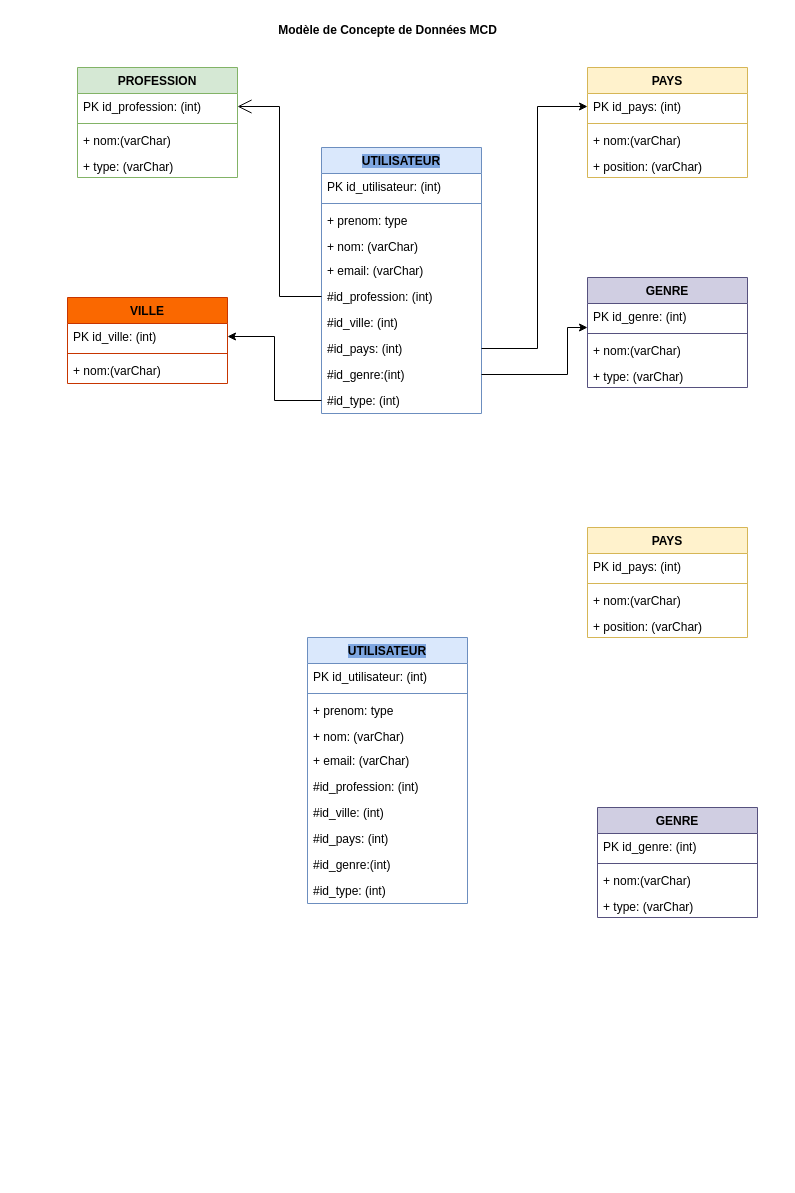
This is Diagramme exercice1 My SQL Work Bench.drawio from romsio/tinker, a draw.io file, before an edit. Source tidied: cells renumbered, new cells numbered last; positions are measured from the earlier drawing's top-left corner, leaving out a move shared by most shapes. Both pictures are drawn from the tidied source at 100%, with x=0, y=0 at pixel (67, 17).
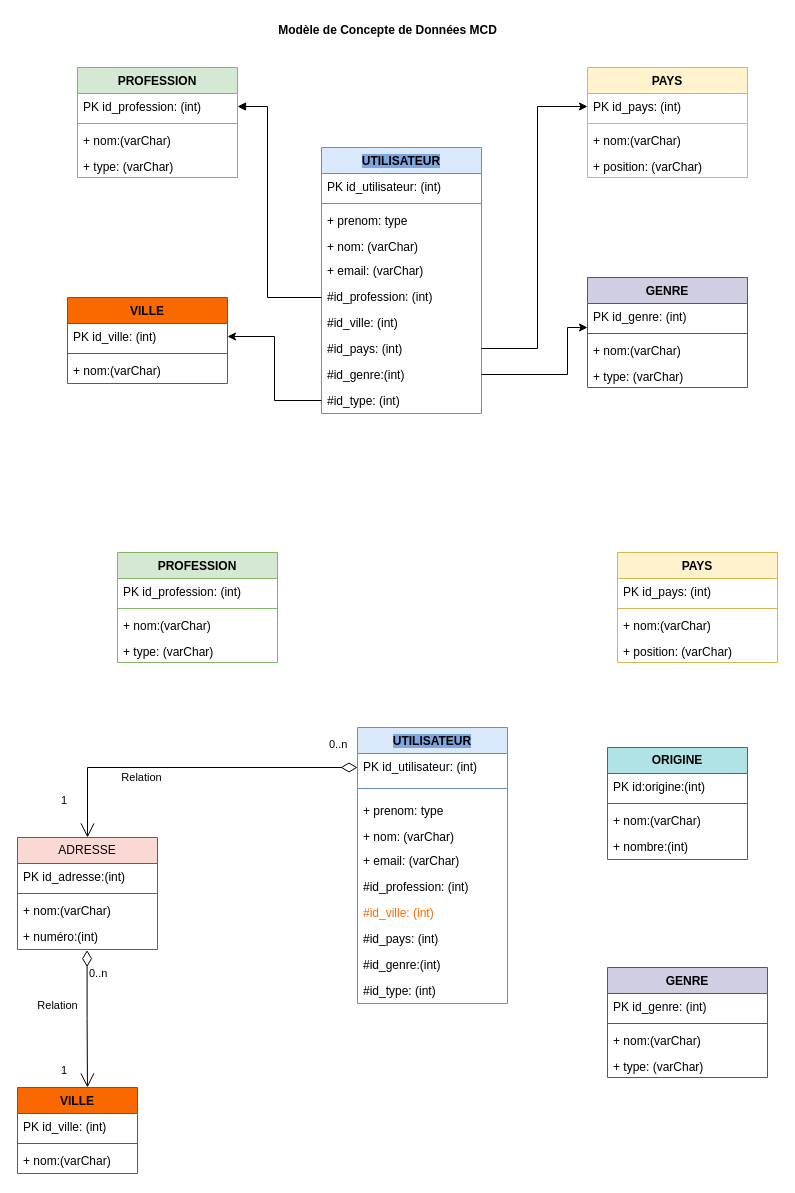
After the change.

Commit message:
Mettre à jour Diagramme exercice1 My SQL Work Bench.drawio

Unchanged cells that the change refers to:
```xml
<mxCell id="8" value="#id_profession: (int)" style="text;strokeColor=none;fillColor=none;align=left;verticalAlign=top;spacingLeft=4;spacingRight=4;overflow=hidden;points=[[0,0.5],[1,0.5]];portConstraint=eastwest;whiteSpace=wrap;html=1;" parent="2" vertex="1">
  <mxGeometry y="136" width="160" height="26" as="geometry" />
</mxCell>
<mxCell id="14" value="PK id_profession: (int)" style="text;strokeColor=none;fillColor=none;align=left;verticalAlign=top;spacingLeft=4;spacingRight=4;overflow=hidden;points=[[0,0.5],[1,0.5]];portConstraint=eastwest;whiteSpace=wrap;html=1;" parent="13" vertex="1">
  <mxGeometry y="26" width="160" height="26" as="geometry" />
</mxCell>
```

What changed in the source:
```diff
@@
-    <mxCell id="32" style="endArrow=open;endFill=1;endSize=12;html=1;rounded=0;edgeStyle=orthogonalEdgeStyle;exitX=0;exitY=0.5;exitDx=0;exitDy=0;entryX=1;entryY=0.5;entryDx=0;entryDy=0;" parent="1" edge="1" source="8" target="14">
-      <mxGeometry relative="1" as="geometry" />
-    </mxCell>
@@
     <mxCell id="37" value="&lt;span style=&quot;background-color: rgb(126, 166, 224);&quot;&gt;UTILISATEUR&lt;/span&gt;" style="swimlane;fontStyle=1;align=center;verticalAlign=top;horizontal=1;startSize=26;whiteSpace=wrap;html=1;fillColor=#dae8fc;strokeColor=#6c8ebf;" parent="1" vertex="1">
-      <mxGeometry x="240" y="620" width="160" height="266" as="geometry" />
+      <mxGeometry x="290" y="710" width="150" height="276" as="geometry" />
     </mxCell>
     <mxCell id="38" value="PK id_utilisateur: (int)" style="text;strokeColor=none;fillColor=none;align=left;verticalAlign=top;spacingLeft=4;spacingRight=4;overflow=hidden;points=[[0,0.5],[1,0.5]];portConstraint=eastwest;whiteSpace=wrap;html=1;" parent="37" vertex="1">
-      <mxGeometry y="26" width="160" height="26" as="geometry" />
+      <mxGeometry y="26" width="150" height="26" as="geometry" />
     </mxCell>
     <mxCell id="39" style="line;strokeWidth=1;fillColor=none;align=left;verticalAlign=middle;spacingTop=-1;spacingLeft=3;spacingRight=3;labelPosition=right;strokeColor=inherit;" parent="37" vertex="1">
-      <mxGeometry y="52" width="160" height="8" as="geometry" />
+      <mxGeometry y="52" width="150" height="18" as="geometry" />
     </mxCell>
     <mxCell id="40" value="+ prenom: type" style="text;strokeColor=none;fillColor=none;align=left;verticalAlign=top;spacingLeft=4;spacingRight=4;overflow=hidden;whiteSpace=wrap;html=1;" parent="37" vertex="1">
-      <mxGeometry y="60" width="160" height="26" as="geometry" />
+      <mxGeometry y="70" width="150" height="26" as="geometry" />
     </mxCell>
     <mxCell id="41" value="+ nom: (varChar)" style="text;strokeColor=none;fillColor=none;align=left;verticalAlign=top;spacingLeft=4;spacingRight=4;overflow=hidden;whiteSpace=wrap;html=1;" parent="37" vertex="1">
-      <mxGeometry y="86" width="160" height="24" as="geometry" />
+      <mxGeometry y="96" width="150" height="24" as="geometry" />
     </mxCell>
     <mxCell id="42" value="+ email: (varChar)" style="text;strokeColor=none;fillColor=none;align=left;verticalAlign=top;spacingLeft=4;spacingRight=4;overflow=hidden;whiteSpace=wrap;html=1;" parent="37" vertex="1">
-      <mxGeometry y="110" width="160" height="26" as="geometry" />
+      <mxGeometry y="120" width="150" height="26" as="geometry" />
     </mxCell>
     <mxCell id="43" value="#id_profession: (int)" style="text;strokeColor=none;fillColor=none;align=left;verticalAlign=top;spacingLeft=4;spacingRight=4;overflow=hidden;whiteSpace=wrap;html=1;" parent="37" vertex="1">
-      <mxGeometry y="136" width="160" height="26" as="geometry" />
+      <mxGeometry y="146" width="150" height="26" as="geometry" />
     </mxCell>
-    <mxCell id="44" value="#id_ville: (int)" style="text;strokeColor=none;fillColor=none;align=left;verticalAlign=top;spacingLeft=4;spacingRight=4;overflow=hidden;whiteSpace=wrap;html=1;" parent="37" vertex="1">
-      <mxGeometry y="162" width="160" height="26" as="geometry" />
+    <mxCell id="44" value="&lt;font color=&quot;#FA6800&quot;&gt;#id_ville: (int)&lt;/font&gt;" style="text;strokeColor=none;fillColor=none;align=left;verticalAlign=top;spacingLeft=4;spacingRight=4;overflow=hidden;whiteSpace=wrap;html=1;" parent="37" vertex="1">
+      <mxGeometry y="172" width="150" height="26" as="geometry" />
     </mxCell>
     <mxCell id="45" value="#id_pays: (int)" style="text;strokeColor=none;fillColor=none;align=left;verticalAlign=top;spacingLeft=4;spacingRight=4;overflow=hidden;whiteSpace=wrap;html=1;" parent="37" vertex="1">
-      <mxGeometry y="188" width="160" height="26" as="geometry" />
+      <mxGeometry y="198" width="150" height="26" as="geometry" />
     </mxCell>
     <mxCell id="46" value="#id_genre:(int)" style="text;strokeColor=none;fillColor=none;align=left;verticalAlign=top;spacingLeft=4;spacingRight=4;overflow=hidden;whiteSpace=wrap;html=1;" parent="37" vertex="1">
-      <mxGeometry y="214" width="160" height="26" as="geometry" />
+      <mxGeometry y="224" width="150" height="26" as="geometry" />
     </mxCell>
     <mxCell id="47" value="#id_type: (int)" style="text;strokeColor=none;fillColor=none;align=left;verticalAlign=top;spacingLeft=4;spacingRight=4;overflow=hidden;whiteSpace=wrap;html=1;" parent="37" vertex="1">
-      <mxGeometry y="240" width="160" height="26" as="geometry" />
+      <mxGeometry y="250" width="150" height="26" as="geometry" />
     </mxCell>
     <mxCell id="48" value="GENRE" style="swimlane;fontStyle=1;align=center;verticalAlign=top;horizontal=1;startSize=26;whiteSpace=wrap;html=1;fillColor=#d0cee2;strokeColor=#56517e;" parent="1" vertex="1">
-      <mxGeometry x="530" y="790" width="160" height="110" as="geometry" />
+      <mxGeometry x="540" y="950" width="160" height="110" as="geometry" />
     </mxCell>
@@
     <mxCell id="53" value="PAYS" style="swimlane;fontStyle=1;align=center;verticalAlign=top;horizontal=1;startSize=26;whiteSpace=wrap;html=1;fillColor=#fff2cc;strokeColor=#d6b656;" parent="1" vertex="1">
-      <mxGeometry x="520" y="510" width="160" height="110" as="geometry" />
+      <mxGeometry x="550" y="535" width="160" height="110" as="geometry" />
     </mxCell>
@@
+    <mxCell id="58" value="PROFESSION" style="swimlane;fontStyle=1;align=center;verticalAlign=top;horizontal=1;startSize=26;whiteSpace=wrap;html=1;fillColor=#d5e8d4;strokeColor=#82b366;" parent="1" vertex="1">
+      <mxGeometry x="50" y="535" width="160" height="110" as="geometry" />
+    </mxCell>
+    <mxCell id="59" value="PK id_profession: (int)" style="text;strokeColor=none;fillColor=none;align=left;verticalAlign=top;spacingLeft=4;spacingRight=4;overflow=hidden;whiteSpace=wrap;html=1;" parent="58" vertex="1">
+      <mxGeometry y="26" width="160" height="26" as="geometry" />
+    </mxCell>
+    <mxCell id="60" style="line;strokeWidth=1;fillColor=none;align=left;verticalAlign=middle;spacingTop=-1;spacingLeft=3;spacingRight=3;labelPosition=right;strokeColor=inherit;" parent="58" vertex="1">
+      <mxGeometry y="52" width="160" height="8" as="geometry" />
+    </mxCell>
+    <mxCell id="61" value="+ nom:(varChar)" style="text;strokeColor=none;fillColor=none;align=left;verticalAlign=top;spacingLeft=4;spacingRight=4;overflow=hidden;whiteSpace=wrap;html=1;" parent="58" vertex="1">
+      <mxGeometry y="60" width="160" height="26" as="geometry" />
+    </mxCell>
+    <mxCell id="62" value="+ type: (varChar)" style="text;strokeColor=none;fillColor=none;align=left;verticalAlign=top;spacingLeft=4;spacingRight=4;overflow=hidden;whiteSpace=wrap;html=1;" parent="58" vertex="1">
+      <mxGeometry y="86" width="160" height="24" as="geometry" />
+    </mxCell>
+    <mxCell id="63" value="VILLE" style="swimlane;fontStyle=1;align=center;verticalAlign=top;horizontal=1;startSize=26;whiteSpace=wrap;html=1;fillColor=#FA6800;fontColor=#000000;strokeColor=#C73500;" parent="1" vertex="1">
+      <mxGeometry x="-50" y="1070" width="120" height="86" as="geometry" />
+    </mxCell>
+    <mxCell id="64" value="PK id_ville: (int)" style="text;strokeColor=none;fillColor=none;align=left;verticalAlign=top;spacingLeft=4;spacingRight=4;overflow=hidden;whiteSpace=wrap;html=1;" parent="63" vertex="1">
+      <mxGeometry y="26" width="120" height="26" as="geometry" />
+    </mxCell>
+    <mxCell id="65" style="line;strokeWidth=1;fillColor=none;align=left;verticalAlign=middle;spacingTop=-1;spacingLeft=3;spacingRight=3;labelPosition=right;strokeColor=inherit;" parent="63" vertex="1">
+      <mxGeometry y="52" width="120" height="8" as="geometry" />
+    </mxCell>
+    <mxCell id="66" value="+ nom:(varChar)" style="text;strokeColor=none;fillColor=none;align=left;verticalAlign=top;spacingLeft=4;spacingRight=4;overflow=hidden;whiteSpace=wrap;html=1;" parent="63" vertex="1">
+      <mxGeometry y="60" width="120" height="26" as="geometry" />
+    </mxCell>
+    <mxCell id="67" value="ADRESSE" style="swimlane;fontStyle=0;horizontal=1;startSize=26;fillColor=#fad9d5;whiteSpace=wrap;html=1;strokeColor=#ae4132;" parent="1" vertex="1">
+      <mxGeometry x="-50" y="820" width="140" height="112" as="geometry" />
+    </mxCell>
+    <mxCell id="68" value="PK id_adresse:(int) " style="text;strokeColor=none;fillColor=none;align=left;verticalAlign=top;spacingLeft=4;spacingRight=4;overflow=hidden;whiteSpace=wrap;html=1;" parent="67" vertex="1">
+      <mxGeometry y="26" width="140" height="26" as="geometry" />
+    </mxCell>
+    <mxCell id="69" style="line;strokeWidth=1;fillColor=none;align=left;verticalAlign=middle;spacingTop=-1;spacingLeft=3;spacingRight=3;labelPosition=right;strokeColor=inherit;" parent="67" vertex="1">
+      <mxGeometry y="52" width="140" height="8" as="geometry" />
+    </mxCell>
+    <mxCell id="70" value="+ nom:(varChar)" style="text;strokeColor=none;fillColor=none;align=left;verticalAlign=top;spacingLeft=4;spacingRight=4;overflow=hidden;whiteSpace=wrap;html=1;" parent="67" vertex="1">
+      <mxGeometry y="60" width="140" height="26" as="geometry" />
+    </mxCell>
+    <mxCell id="71" value="+ numéro:(int)" style="text;strokeColor=none;fillColor=none;align=left;verticalAlign=top;spacingLeft=4;spacingRight=4;overflow=hidden;points=[[0,0.5],[1,0.5]];portConstraint=eastwest;whiteSpace=wrap;html=1;" parent="67" vertex="1">
+      <mxGeometry y="86" width="140" height="26" as="geometry" />
+    </mxCell>
+    <mxCell id="72" value="&lt;b&gt;ORIGINE&lt;/b&gt;" style="swimlane;fontStyle=0;horizontal=1;startSize=26;fillColor=#b0e3e6;whiteSpace=wrap;html=1;strokeColor=#0e8088;" parent="1" vertex="1">
+      <mxGeometry x="540" y="730" width="140" height="112" as="geometry" />
+    </mxCell>
+    <mxCell id="73" value="PK id:origine:(int)" style="text;strokeColor=none;fillColor=none;align=left;verticalAlign=top;spacingLeft=4;spacingRight=4;overflow=hidden;whiteSpace=wrap;html=1;" parent="72" vertex="1">
+      <mxGeometry y="26" width="140" height="26" as="geometry" />
+    </mxCell>
+    <mxCell id="74" style="line;strokeWidth=1;fillColor=none;align=left;verticalAlign=middle;spacingTop=-1;spacingLeft=3;spacingRight=3;labelPosition=right;strokeColor=inherit;" parent="72" vertex="1">
+      <mxGeometry y="52" width="140" height="8" as="geometry" />
+    </mxCell>
+    <mxCell id="75" value="+ nom:(varChar)" style="text;strokeColor=none;fillColor=none;align=left;verticalAlign=top;spacingLeft=4;spacingRight=4;overflow=hidden;whiteSpace=wrap;html=1;" parent="72" vertex="1">
+      <mxGeometry y="60" width="140" height="26" as="geometry" />
+    </mxCell>
+    <mxCell id="76" value="+ nombre:(int)" style="text;strokeColor=none;fillColor=none;align=left;verticalAlign=top;spacingLeft=4;spacingRight=4;overflow=hidden;whiteSpace=wrap;html=1;" parent="72" vertex="1">
+      <mxGeometry y="86" width="140" height="26" as="geometry" />
+    </mxCell>
+    <mxCell id="77" style="endArrow=block;endFill=1;html=1;edgeStyle=orthogonalEdgeStyle;align=left;verticalAlign=top;rounded=0;entryX=1;entryY=0.5;entryDx=0;entryDy=0;" parent="1" edge="1" target="14">
+      <mxGeometry x="-1" relative="1" as="geometry">
+        <mxPoint x="254" y="280" as="sourcePoint" />
+        <Array as="points">
+          <mxPoint x="200" y="280" />
+          <mxPoint x="200" y="89" />
+        </Array>
+      </mxGeometry>
+    </mxCell>
+    <mxCell id="78" value="Relation" style="endArrow=open;html=1;endSize=12;startArrow=diamondThin;startSize=14;startFill=0;edgeStyle=orthogonalEdgeStyle;rounded=0;" parent="1" edge="1" source="38" target="67">
+      <mxGeometry x="0.27" y="10" relative="1" as="geometry">
+        <Array as="points">
+          <mxPoint x="20" y="750" />
+        </Array>
+      </mxGeometry>
+    </mxCell>
+    <mxCell id="79" value="0..n" style="edgeLabel;html=1;align=left;verticalAlign=top;" parent="78" vertex="1">
+      <mxGeometry x="-1" relative="1" as="geometry">
+        <mxPoint x="-30" y="-36" as="offset" />
+      </mxGeometry>
+    </mxCell>
+    <mxCell id="80" value="1" style="edgeLabel;html=1;align=right;verticalAlign=top;" parent="78" vertex="1">
+      <mxGeometry x="1" relative="1" as="geometry">
+        <mxPoint x="-20" y="-50" as="offset" />
+      </mxGeometry>
+    </mxCell>
+    <mxCell id="81" value="Relation" style="endArrow=open;html=1;endSize=12;startArrow=diamondThin;startSize=14;startFill=0;edgeStyle=orthogonalEdgeStyle;rounded=0;entryX=0.583;entryY=0;entryDx=0;entryDy=0;entryPerimeter=0;exitX=0.497;exitY=1.025;exitDx=0;exitDy=0;exitPerimeter=0;" parent="1" edge="1" source="71" target="63">
+      <mxGeometry x="-0.06" y="-32" relative="1" as="geometry">
+        <mxPoint x="2" y="-10" as="offset" />
+      </mxGeometry>
+    </mxCell>
+    <mxCell id="82" value="0..n" style="edgeLabel;html=1;align=left;verticalAlign=top;" parent="81" vertex="1">
+      <mxGeometry x="-1" relative="1" as="geometry">
+        <mxPoint y="10" as="offset" />
+      </mxGeometry>
+    </mxCell>
+    <mxCell id="83" value="1" style="edgeLabel;html=1;align=right;verticalAlign=top;" parent="81" vertex="1">
+      <mxGeometry x="1" relative="1" as="geometry">
+        <mxPoint x="-20" y="-30" as="offset" />
+      </mxGeometry>
+    </mxCell>
```
